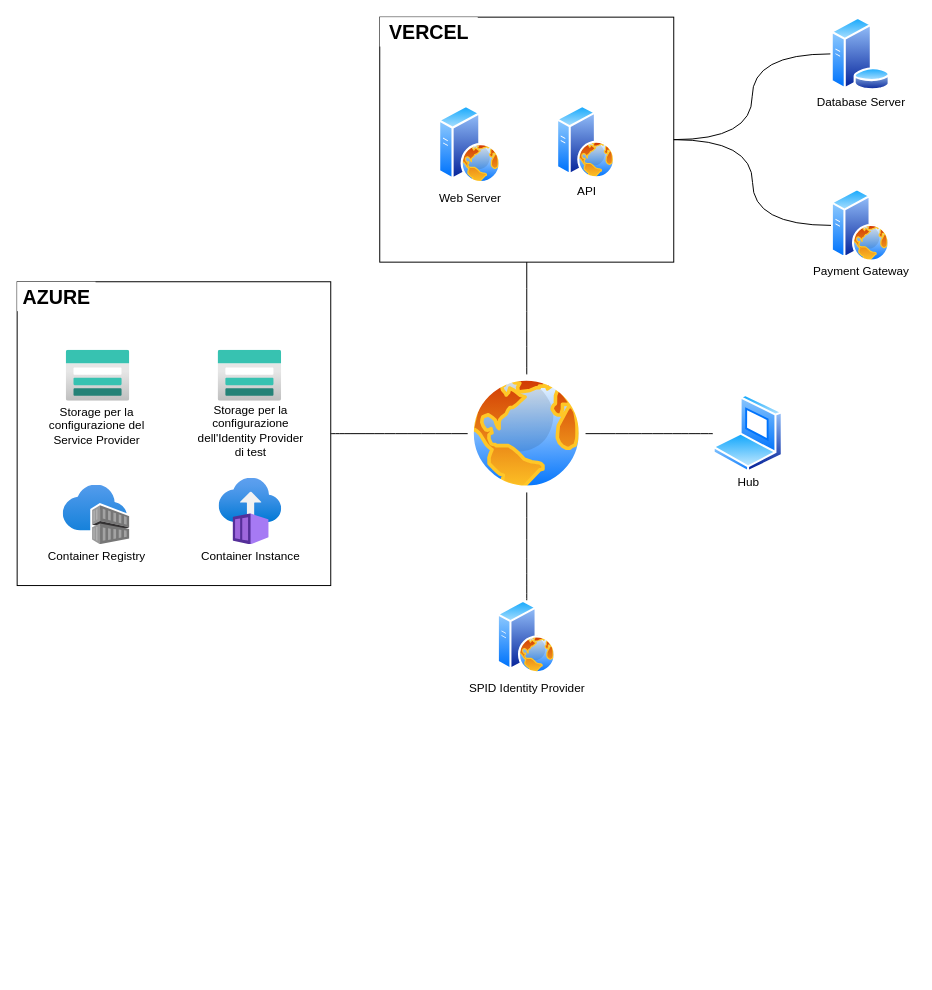
The draw.io diagram network.drawio in alex-sandri/esame-di-stato-2021, before the edit. Source tidied: cells renumbered, new cells numbered last; positions are measured from the earlier drawing's top-left corner, leaving out a move shared by most shapes. Both pictures are drawn from the tidied source at 98%, with x=0, y=0 at pixel (17, 17).
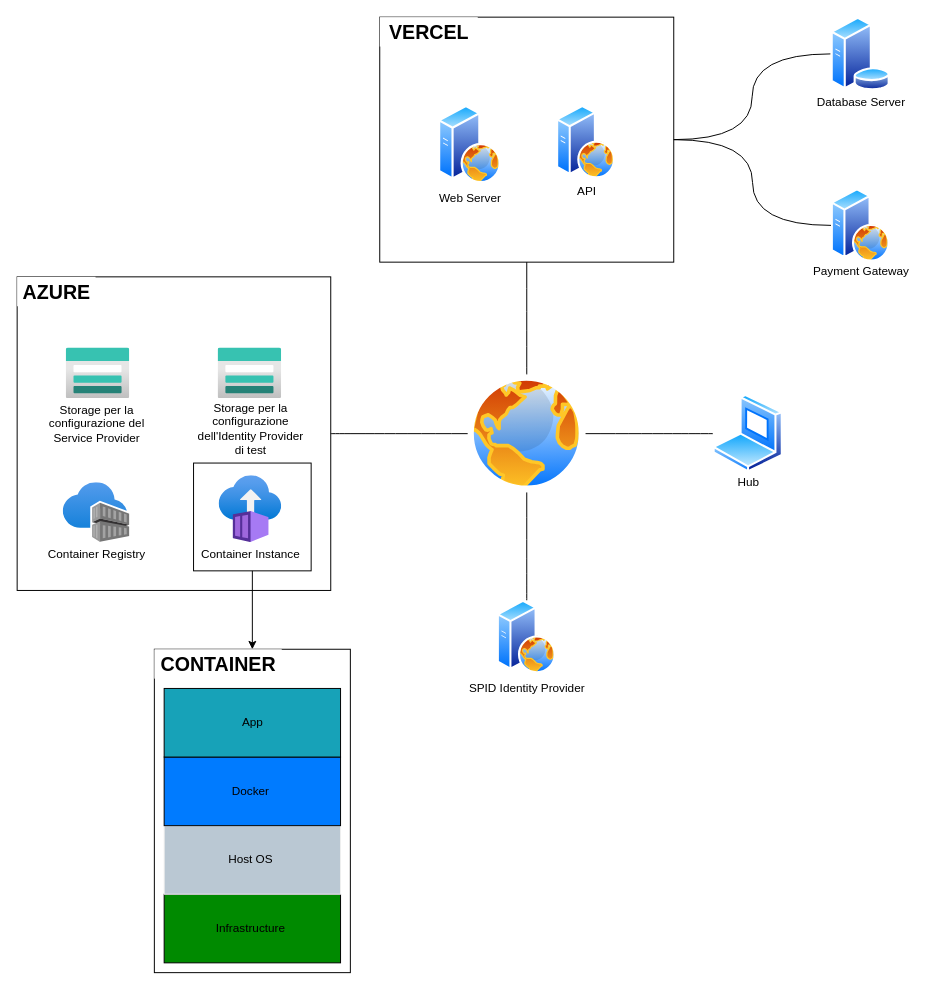
After the change.

Commit message (it also covers changes not shown here):
Update network diagram and export it as a PNG

Diff of the diagram source:
```diff
@@
     <mxCell id="2" style="html=1;align=center;image;fontSize=12;image=img/lib/azure2/containers/Container_Registries.svg;" parent="1" vertex="1">
-      <mxGeometry x="47" y="477.5" width="68" height="61" as="geometry" />
+      <mxGeometry x="47" y="475" width="68" height="61" as="geometry" />
     </mxCell>
     <mxCell id="3" style="html=1;align=center;image;fontSize=12;image=img/lib/azure2/compute/Container_Instances.svg;" parent="1" vertex="1">
-      <mxGeometry x="206" y="470.5" width="64" height="68" as="geometry" />
+      <mxGeometry x="206" y="468" width="64" height="68" as="geometry" />
     </mxCell>
     <mxCell id="4" style="html=1;align=center;image;fontSize=12;image=img/lib/azure2/storage/Storage_Accounts.svg;" parent="1" vertex="1">
-      <mxGeometry x="205" y="340" width="65" height="52" as="geometry" />
+      <mxGeometry x="205" y="337.5" width="65" height="52" as="geometry" />
     </mxCell>
     <mxCell id="5" style="html=1;align=center;image;fontSize=12;image=img/lib/azure2/storage/Storage_Accounts.svg;" parent="1" vertex="1">
-      <mxGeometry x="50" y="340" width="65" height="52" as="geometry" />
+      <mxGeometry x="50" y="337.5" width="65" height="52" as="geometry" />
     </mxCell>
@@
     <mxCell id="7" style="rounded=0;whiteSpace=wrap;html=1;fillColor=none;" parent="1" vertex="1">
-      <mxGeometry y="270" width="320" height="310" as="geometry" />
+      <mxGeometry y="265" width="320" height="320" as="geometry" />
     </mxCell>
     <mxCell id="8" value="AZURE" style="text;html=1;align=center;verticalAlign=middle;strokeColor=none;fontSize=20;fontStyle=1;labelBackgroundColor=none;fillColor=#FFFFFF;fontColor=#000000;" parent="1" vertex="1">
-      <mxGeometry y="270" width="80" height="30" as="geometry" />
+      <mxGeometry y="265" width="80" height="30" as="geometry" />
     </mxCell>
@@
     <mxCell id="21" value="Container Registry" style="text;html=1;align=center;verticalAlign=middle;strokeColor=none;" parent="1" vertex="1">
-      <mxGeometry x="26" y="540" width="110" height="20" as="geometry" />
+      <mxGeometry x="26" y="537.5" width="110" height="20" as="geometry" />
     </mxCell>
     <mxCell id="22" value="Container Instance" style="text;html=1;align=center;verticalAlign=middle;strokeColor=none;" parent="1" vertex="1">
-      <mxGeometry x="177.5" y="540" width="120" height="20" as="geometry" />
+      <mxGeometry x="177.5" y="537.5" width="120" height="20" as="geometry" />
     </mxCell>
     <mxCell id="23" value="Storage per la&lt;br&gt;configurazione del&lt;br&gt;Service Provider" style="text;html=1;align=center;verticalAlign=middle;strokeColor=none;" parent="1" vertex="1">
-      <mxGeometry x="26" y="392" width="110" height="50" as="geometry" />
+      <mxGeometry x="26" y="389.5" width="110" height="50" as="geometry" />
     </mxCell>
     <mxCell id="24" value="Storage per la&lt;br&gt;configurazione&lt;br&gt;dell'Identity Provider&lt;br&gt;di test" style="text;html=1;align=center;verticalAlign=middle;strokeColor=none;" parent="1" vertex="1">
-      <mxGeometry x="177.5" y="392" width="120" height="60" as="geometry" />
+      <mxGeometry x="177.5" y="389.5" width="120" height="60" as="geometry" />
     </mxCell>
@@
+    <mxCell id="33" style="edgeStyle=orthogonalEdgeStyle;rounded=0;jettySize=auto;html=1;exitX=0.5;exitY=1;exitDx=0;exitDy=0;entryX=0.5;entryY=0;entryDx=0;entryDy=0;" parent="1" edge="1" source="34" target="35">
+      <mxGeometry relative="1" as="geometry" />
+    </mxCell>
+    <mxCell id="34" style="rounded=0;whiteSpace=wrap;html=1;fillColor=none;" parent="1" vertex="1">
+      <mxGeometry x="180" y="455" width="120" height="110" as="geometry" />
+    </mxCell>
+    <mxCell id="35" style="rounded=0;whiteSpace=wrap;html=1;fillColor=none;" parent="1" vertex="1">
+      <mxGeometry x="140" y="645" width="200" height="330" as="geometry" />
+    </mxCell>
+    <mxCell id="36" value="CONTAINER" style="text;html=1;align=center;verticalAlign=middle;strokeColor=none;fontSize=20;fontStyle=1;labelBackgroundColor=none;fillColor=#FFFFFF;fontColor=#000000;" parent="1" vertex="1">
+      <mxGeometry x="140" y="645" width="130" height="30" as="geometry" />
+    </mxCell>
+    <mxCell id="37" style="rounded=0;whiteSpace=wrap;html=1;fillColor=#008a00;fontColor=#ffffff;" parent="1" vertex="1">
+      <mxGeometry x="150" y="895" width="180" height="70" as="geometry" />
+    </mxCell>
+    <mxCell id="38" style="rounded=0;whiteSpace=wrap;html=1;fillColor=#BAC8D3;strokeColor=#F0F0F0;" parent="1" vertex="1">
+      <mxGeometry x="150" y="825" width="180" height="70" as="geometry" />
+    </mxCell>
+    <mxCell id="39" style="rounded=0;whiteSpace=wrap;html=1;fillColor=#007bff;" parent="1" vertex="1">
+      <mxGeometry x="150" y="755" width="180" height="70" as="geometry" />
+    </mxCell>
+    <mxCell id="40" style="rounded=0;whiteSpace=wrap;html=1;fillColor=#17a2b8;" parent="1" vertex="1">
+      <mxGeometry x="150" y="685" width="180" height="70" as="geometry" />
+    </mxCell>
+    <mxCell id="41" value="App" style="text;html=1;align=center;verticalAlign=middle;strokeColor=none;" parent="1" vertex="1">
+      <mxGeometry x="220" y="710" width="40" height="20" as="geometry" />
+    </mxCell>
+    <mxCell id="42" value="Docker" style="text;html=1;align=center;verticalAlign=middle;strokeColor=none;" parent="1" vertex="1">
+      <mxGeometry x="213" y="780" width="50" height="20" as="geometry" />
+    </mxCell>
+    <mxCell id="43" value="Host OS" style="text;html=1;align=center;verticalAlign=middle;strokeColor=none;fontColor=#000000;" parent="1" vertex="1">
+      <mxGeometry x="208" y="850" width="60" height="20" as="geometry" />
+    </mxCell>
+    <mxCell id="44" value="Infrastructure" style="text;html=1;align=center;verticalAlign=middle;strokeColor=none;" parent="1" vertex="1">
+      <mxGeometry x="193" y="920" width="90" height="20" as="geometry" />
+    </mxCell>
```
